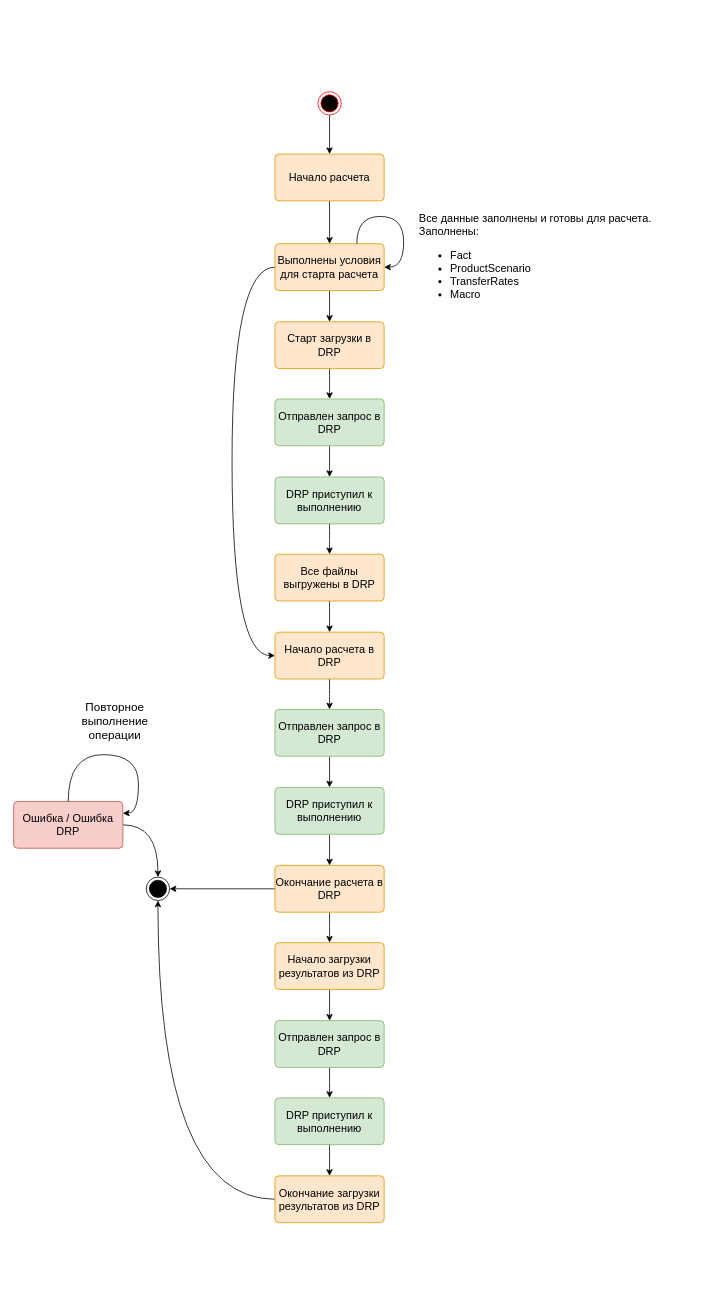
Romanow/state-machine keeps this draw.io diagram as images/Calculation State Machine.drawio. Above is the earlier version. Source tidied: cells renumbered, new cells numbered last; positions are measured from the earlier drawing's top-left corner, leaving out a move shared by most shapes. Both pictures are drawn from the tidied source at 78%, with x=0, y=0 at pixel (13, 91).
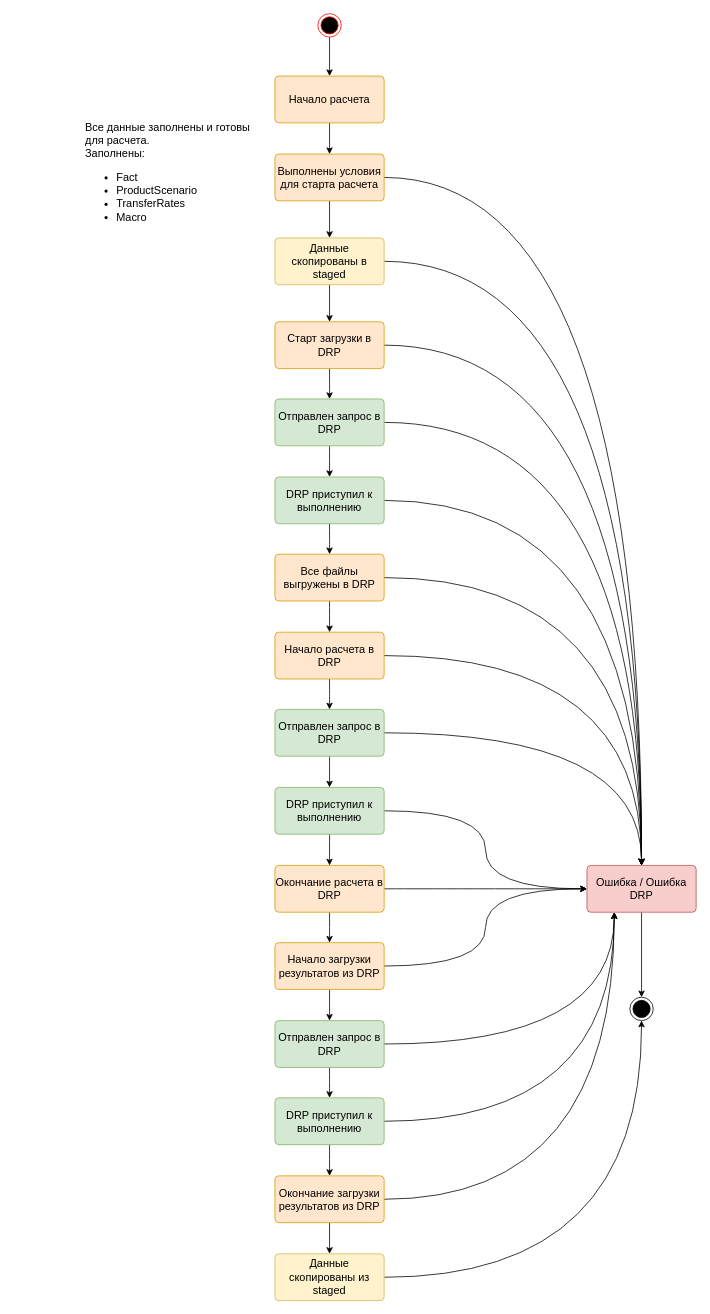
The same diagram, later.

The change refers to these unchanged cells:
```xml
<mxCell id="6" value="Начало расчета в DRP" style="html=1;align=center;verticalAlign=middle;rounded=1;absoluteArcSize=1;arcSize=10;dashed=0;fontSize=14;whiteSpace=wrap;fillColor=#ffe6cc;strokeColor=#d79b00;" parent="1" vertex="1">
  <mxGeometry x="335" y="693" width="140" height="60" as="geometry" />
</mxCell>
<mxCell id="9" value="Окончание расчета в DRP" style="html=1;align=center;verticalAlign=middle;rounded=1;absoluteArcSize=1;arcSize=10;dashed=0;fontSize=14;whiteSpace=wrap;fillColor=#ffe6cc;strokeColor=#d79b00;" parent="1" vertex="1">
  <mxGeometry x="335" y="992" width="140" height="60" as="geometry" />
</mxCell>
<mxCell id="13" value="Начало загрузки результатов из DRP" style="html=1;align=center;verticalAlign=middle;rounded=1;absoluteArcSize=1;arcSize=10;dashed=0;fontSize=14;whiteSpace=wrap;fillColor=#ffe6cc;strokeColor=#d79b00;" parent="1" vertex="1">
  <mxGeometry x="335" y="1091" width="140" height="60" as="geometry" />
</mxCell>
<mxCell id="15" value="Окончание загрузки результатов из DRP" style="html=1;align=center;verticalAlign=middle;rounded=1;absoluteArcSize=1;arcSize=10;dashed=0;fontSize=14;whiteSpace=wrap;fillColor=#ffe6cc;strokeColor=#d79b00;" parent="1" vertex="1">
  <mxGeometry x="335" y="1390" width="140" height="60" as="geometry" />
</mxCell>
<mxCell id="21" value="Старт загрузки в DRP" style="html=1;align=center;verticalAlign=middle;rounded=1;absoluteArcSize=1;arcSize=10;dashed=0;fontSize=14;whiteSpace=wrap;fillColor=#ffe6cc;strokeColor=#d79b00;" parent="1" vertex="1">
  <mxGeometry x="335" y="295" width="140" height="60" as="geometry" />
</mxCell>
<mxCell id="24" value="Все файлы выгружены в DRP" style="html=1;align=center;verticalAlign=middle;rounded=1;absoluteArcSize=1;arcSize=10;dashed=0;fontSize=14;whiteSpace=wrap;fillColor=#ffe6cc;strokeColor=#d79b00;" parent="1" vertex="1">
  <mxGeometry x="335" y="593" width="140" height="60" as="geometry" />
</mxCell>
<mxCell id="27" value="Отправлен запрос в DRP" style="html=1;align=center;verticalAlign=middle;rounded=1;absoluteArcSize=1;arcSize=10;dashed=0;fontSize=14;whiteSpace=wrap;fillColor=#d5e8d4;strokeColor=#82b366;" parent="1" vertex="1">
  <mxGeometry x="335" y="394" width="140" height="60" as="geometry" />
</mxCell>
<mxCell id="29" value="DRP приступил к выполнению" style="html=1;align=center;verticalAlign=middle;rounded=1;absoluteArcSize=1;arcSize=10;dashed=0;fontSize=14;whiteSpace=wrap;fillColor=#d5e8d4;strokeColor=#82b366;" parent="1" vertex="1">
  <mxGeometry x="335" y="494" width="140" height="60" as="geometry" />
</mxCell>
<mxCell id="31" value="Отправлен запрос в DRP" style="html=1;align=center;verticalAlign=middle;rounded=1;absoluteArcSize=1;arcSize=10;dashed=0;fontSize=14;whiteSpace=wrap;fillColor=#d5e8d4;strokeColor=#82b366;" parent="1" vertex="1">
  <mxGeometry x="335" y="792" width="140" height="60" as="geometry" />
</mxCell>
<mxCell id="33" value="DRP приступил к выполнению" style="html=1;align=center;verticalAlign=middle;rounded=1;absoluteArcSize=1;arcSize=10;dashed=0;fontSize=14;whiteSpace=wrap;fillColor=#d5e8d4;strokeColor=#82b366;" parent="1" vertex="1">
  <mxGeometry x="335" y="892" width="140" height="60" as="geometry" />
</mxCell>
<mxCell id="35" value="Отправлен запрос в DRP" style="html=1;align=center;verticalAlign=middle;rounded=1;absoluteArcSize=1;arcSize=10;dashed=0;fontSize=14;whiteSpace=wrap;fillColor=#d5e8d4;strokeColor=#82b366;" parent="1" vertex="1">
  <mxGeometry x="335" y="1191" width="140" height="60" as="geometry" />
</mxCell>
<mxCell id="37" value="DRP приступил к выполнению" style="html=1;align=center;verticalAlign=middle;rounded=1;absoluteArcSize=1;arcSize=10;dashed=0;fontSize=14;whiteSpace=wrap;fillColor=#d5e8d4;strokeColor=#82b366;" parent="1" vertex="1">
  <mxGeometry x="335" y="1290" width="140" height="60" as="geometry" />
</mxCell>
```

Diff of the diagram source:
```diff
@@
     <mxCell id="3" style="ellipse;html=1;shape=endState;fillColor=#000000;strokeColor=#ff0000;" parent="1" vertex="1">
-      <mxGeometry x="390" width="30" height="30" as="geometry" />
+      <mxGeometry x="390" y="-100" width="30" height="30" as="geometry" />
     </mxCell>
     <mxCell id="4" style="ellipse;html=1;shape=endState;fillColor=#000000;strokeColor=#000000;fontSize=15;verticalAlign=middle;" parent="1" vertex="1">
-      <mxGeometry x="170" y="1007" width="30" height="30" as="geometry" />
+      <mxGeometry x="790" y="1161" width="30" height="30" as="geometry" />
     </mxCell>
@@
+    <mxCell id="41" style="edgeStyle=orthogonalEdgeStyle;curved=1;rounded=0;jettySize=auto;html=1;entryX=0.5;entryY=0;entryDx=0;entryDy=0;" parent="1" edge="1" source="6" target="11">
+      <mxGeometry relative="1" as="geometry" />
+    </mxCell>
@@
-    <mxCell id="8" style="edgeStyle=orthogonalEdgeStyle;curved=1;rounded=0;jettySize=auto;html=1;entryX=1;entryY=0.5;entryDx=0;entryDy=0;fontSize=14;" parent="1" edge="1" source="9" target="4">
-      <mxGeometry relative="1" as="geometry" />
-    </mxCell>
+    <mxCell id="42" style="edgeStyle=orthogonalEdgeStyle;curved=1;rounded=0;jettySize=auto;html=1;" parent="1" edge="1" source="9" target="11">
+      <mxGeometry relative="1" as="geometry" />
+    </mxCell>
@@
-    <mxCell id="10" style="edgeStyle=orthogonalEdgeStyle;curved=1;rounded=0;jettySize=auto;html=1;entryX=0.5;entryY=0;entryDx=0;entryDy=0;fontSize=15;" parent="1" edge="1" source="11" target="4">
+    <mxCell id="10" style="edgeStyle=orthogonalEdgeStyle;rounded=0;jettySize=auto;html=1;entryX=0.5;entryY=0;entryDx=0;entryDy=0;" parent="1" edge="1" source="11" target="4">
       <mxGeometry relative="1" as="geometry" />
     </mxCell>
     <mxCell id="11" value="Ошибка / Ошибка DRP" style="html=1;align=center;verticalAlign=middle;rounded=1;absoluteArcSize=1;arcSize=10;dashed=0;fontSize=14;whiteSpace=wrap;fillColor=#f8cecc;strokeColor=#b85450;" parent="1" vertex="1">
-      <mxGeometry y="910" width="140" height="60" as="geometry" />
+      <mxGeometry x="735" y="992" width="140" height="60" as="geometry" />
     </mxCell>
@@
+    <mxCell id="43" style="edgeStyle=orthogonalEdgeStyle;curved=1;rounded=0;jettySize=auto;html=1;entryX=0;entryY=0.5;entryDx=0;entryDy=0;" parent="1" edge="1" source="13" target="11">
+      <mxGeometry relative="1" as="geometry" />
+    </mxCell>
@@
-    <mxCell id="14" style="edgeStyle=orthogonalEdgeStyle;curved=1;rounded=0;jettySize=auto;html=1;entryX=0.5;entryY=1;entryDx=0;entryDy=0;fontSize=15;" parent="1" edge="1" source="15" target="4">
+    <mxCell id="14" style="edgeStyle=orthogonalEdgeStyle;curved=1;rounded=0;jettySize=auto;html=1;entryX=0.5;entryY=1;entryDx=0;entryDy=0;fontSize=15;exitX=1;exitY=0.5;exitDx=0;exitDy=0;" parent="1" edge="1" source="59" target="4">
       <mxGeometry relative="1" as="geometry" />
     </mxCell>
+    <mxCell id="44" style="edgeStyle=orthogonalEdgeStyle;rounded=0;jettySize=auto;html=1;" parent="1" edge="1" source="15" target="59">
+      <mxGeometry relative="1" as="geometry" />
+    </mxCell>
+    <mxCell id="45" style="edgeStyle=orthogonalEdgeStyle;curved=1;rounded=0;jettySize=auto;html=1;entryX=0.25;entryY=1;entryDx=0;entryDy=0;" parent="1" edge="1" source="15" target="11">
+      <mxGeometry relative="1" as="geometry" />
+    </mxCell>
@@
-    <mxCell id="16" value="Повторное выполнение операции" style="text;html=1;strokeColor=none;fillColor=none;align=center;verticalAlign=middle;whiteSpace=wrap;rounded=0;fontSize=15;" parent="1" vertex="1">
-      <mxGeometry x="100" y="792" width="60" height="30" as="geometry" />
-    </mxCell>
-    <mxCell id="17" style="edgeStyle=orthogonalEdgeStyle;rounded=0;jettySize=auto;html=1;" parent="1" edge="1" source="19" target="21">
-      <mxGeometry relative="1" as="geometry" />
-    </mxCell>
-    <mxCell id="18" style="edgeStyle=orthogonalEdgeStyle;curved=1;rounded=0;jettySize=auto;html=1;entryX=0;entryY=0.5;entryDx=0;entryDy=0;fontSize=14;" parent="1" edge="1" source="19" target="6">
-      <mxGeometry relative="1" as="geometry">
-        <Array as="points">
-          <mxPoint x="280" y="225" />
-          <mxPoint x="280" y="723" />
-        </Array>
-      </mxGeometry>
-    </mxCell>
+    <mxCell id="46" style="edgeStyle=orthogonalEdgeStyle;rounded=0;jettySize=auto;html=1;" parent="1" edge="1" source="19" target="58">
+      <mxGeometry relative="1" as="geometry" />
+    </mxCell>
+    <mxCell id="47" style="edgeStyle=orthogonalEdgeStyle;rounded=0;jettySize=auto;html=1;curved=1;" parent="1" edge="1" source="19" target="11">
+      <mxGeometry relative="1" as="geometry">
+        <Array as="points">
+          <mxPoint x="805" y="110" />
+        </Array>
+      </mxGeometry>
+    </mxCell>
     <mxCell id="19" value="Выполнены условия для старта расчета" style="html=1;align=center;verticalAlign=middle;rounded=1;absoluteArcSize=1;arcSize=10;dashed=0;fontSize=14;whiteSpace=wrap;fillColor=#ffe6cc;strokeColor=#d79b00;" parent="1" vertex="1">
-      <mxGeometry x="335" y="195" width="140" height="60" as="geometry" />
+      <mxGeometry x="335" y="80" width="140" height="60" as="geometry" />
     </mxCell>
@@
+    <mxCell id="48" style="edgeStyle=orthogonalEdgeStyle;curved=1;rounded=0;jettySize=auto;html=1;entryX=0.5;entryY=0;entryDx=0;entryDy=0;" parent="1" edge="1" source="21" target="11">
+      <mxGeometry relative="1" as="geometry" />
+    </mxCell>
@@
     <mxCell id="22" value="&lt;font style=&quot;font-size: 14px&quot;&gt;Все данные заполнены и готовы для расчета.&lt;br&gt;Заполнены:&lt;br&gt;&lt;/font&gt;&lt;ul style=&quot;font-size: 14px&quot;&gt;&lt;li&gt;&lt;font style=&quot;font-size: 14px&quot;&gt;Fact&lt;/font&gt;&lt;/li&gt;&lt;li&gt;&lt;font style=&quot;font-size: 14px&quot;&gt;ProductScenario&lt;/font&gt;&lt;/li&gt;&lt;li&gt;TransferRates&lt;/li&gt;&lt;li&gt;Macro&lt;/li&gt;&lt;/ul&gt;" style="text;html=1;strokeColor=none;fillColor=none;align=left;verticalAlign=middle;whiteSpace=wrap;rounded=0;" parent="1" vertex="1">
-      <mxGeometry x="518" y="140" width="350" height="155" as="geometry" />
+      <mxGeometry x="90" y="32.5" width="240" height="155" as="geometry" />
     </mxCell>
@@
+    <mxCell id="49" style="edgeStyle=orthogonalEdgeStyle;curved=1;rounded=0;jettySize=auto;html=1;entryX=0.5;entryY=0;entryDx=0;entryDy=0;" parent="1" edge="1" source="24" target="11">
+      <mxGeometry relative="1" as="geometry" />
+    </mxCell>
@@
-    <mxCell id="25" style="edgeStyle=orthogonalEdgeStyle;curved=1;rounded=0;orthogonalLoop=1;jettySize=auto;html=1;entryX=1;entryY=0.5;entryDx=0;entryDy=0;fontSize=14;exitX=0.75;exitY=0;exitDx=0;exitDy=0;" parent="1" edge="1" source="19" target="19">
-      <mxGeometry relative="1" as="geometry">
-        <Array as="points">
-          <mxPoint x="440" y="160" />
-          <mxPoint x="500" y="160" />
-          <mxPoint x="500" y="225" />
-        </Array>
-      </mxGeometry>
-    </mxCell>
@@
+    <mxCell id="50" style="edgeStyle=orthogonalEdgeStyle;curved=1;rounded=0;jettySize=auto;html=1;entryX=0.5;entryY=0;entryDx=0;entryDy=0;" parent="1" edge="1" source="27" target="11">
+      <mxGeometry relative="1" as="geometry" />
+    </mxCell>
@@
+    <mxCell id="51" style="edgeStyle=orthogonalEdgeStyle;curved=1;rounded=0;jettySize=auto;html=1;entryX=0.5;entryY=0;entryDx=0;entryDy=0;" parent="1" edge="1" source="29" target="11">
+      <mxGeometry relative="1" as="geometry" />
+    </mxCell>
@@
+    <mxCell id="52" style="edgeStyle=orthogonalEdgeStyle;curved=1;rounded=0;jettySize=auto;html=1;" parent="1" edge="1" source="31" target="11">
+      <mxGeometry relative="1" as="geometry" />
+    </mxCell>
@@
+    <mxCell id="53" style="edgeStyle=orthogonalEdgeStyle;curved=1;rounded=0;jettySize=auto;html=1;entryX=0;entryY=0.5;entryDx=0;entryDy=0;" parent="1" edge="1" source="33" target="11">
+      <mxGeometry relative="1" as="geometry" />
+    </mxCell>
@@
+    <mxCell id="54" style="edgeStyle=orthogonalEdgeStyle;curved=1;rounded=0;jettySize=auto;html=1;entryX=0.25;entryY=1;entryDx=0;entryDy=0;" parent="1" edge="1" source="35" target="11">
+      <mxGeometry relative="1" as="geometry" />
+    </mxCell>
@@
+    <mxCell id="55" style="edgeStyle=orthogonalEdgeStyle;curved=1;rounded=0;jettySize=auto;html=1;entryX=0.25;entryY=1;entryDx=0;entryDy=0;" parent="1" edge="1" source="37" target="11">
+      <mxGeometry relative="1" as="geometry" />
+    </mxCell>
@@
-    <mxCell id="38" style="edgeStyle=orthogonalEdgeStyle;curved=1;rounded=0;orthogonalLoop=1;jettySize=auto;html=1;exitX=1;exitY=0.25;exitDx=0;exitDy=0;entryX=0.5;entryY=0;entryDx=0;entryDy=0;fontSize=14;startArrow=classic;startFill=1;endArrow=none;endFill=0;" parent="1" edge="1" source="11" target="11">
-      <mxGeometry relative="1" as="geometry">
-        <Array as="points">
-          <mxPoint x="160" y="925" />
-          <mxPoint x="160" y="850" />
-          <mxPoint x="70" y="850" />
-        </Array>
-      </mxGeometry>
-    </mxCell>
@@
     <mxCell id="40" value="Начало расчета" style="html=1;align=center;verticalAlign=middle;rounded=1;absoluteArcSize=1;arcSize=10;dashed=0;fontSize=14;whiteSpace=wrap;fillColor=#ffe6cc;strokeColor=#d79b00;" parent="1" vertex="1">
-      <mxGeometry x="335" y="80" width="140" height="60" as="geometry" />
+      <mxGeometry x="335" y="-20" width="140" height="60" as="geometry" />
     </mxCell>
+    <mxCell id="56" style="edgeStyle=orthogonalEdgeStyle;rounded=0;jettySize=auto;html=1;entryX=0.5;entryY=0;entryDx=0;entryDy=0;" parent="1" edge="1" source="58" target="21">
+      <mxGeometry relative="1" as="geometry" />
+    </mxCell>
+    <mxCell id="57" style="edgeStyle=orthogonalEdgeStyle;curved=1;rounded=0;jettySize=auto;html=1;entryX=0.5;entryY=0;entryDx=0;entryDy=0;" parent="1" edge="1" source="58" target="11">
+      <mxGeometry relative="1" as="geometry" />
+    </mxCell>
+    <mxCell id="58" value="Данные скопированы в staged" style="html=1;align=center;verticalAlign=middle;rounded=1;absoluteArcSize=1;arcSize=10;dashed=0;fontSize=14;whiteSpace=wrap;fillColor=#fff2cc;strokeColor=#d6b656;" parent="1" vertex="1">
+      <mxGeometry x="335" y="187.5" width="140" height="60" as="geometry" />
+    </mxCell>
+    <mxCell id="59" value="Данные скопированы из staged" style="html=1;align=center;verticalAlign=middle;rounded=1;absoluteArcSize=1;arcSize=10;dashed=0;fontSize=14;whiteSpace=wrap;fillColor=#fff2cc;strokeColor=#d6b656;" parent="1" vertex="1">
+      <mxGeometry x="335" y="1490" width="140" height="60" as="geometry" />
+    </mxCell>
```
